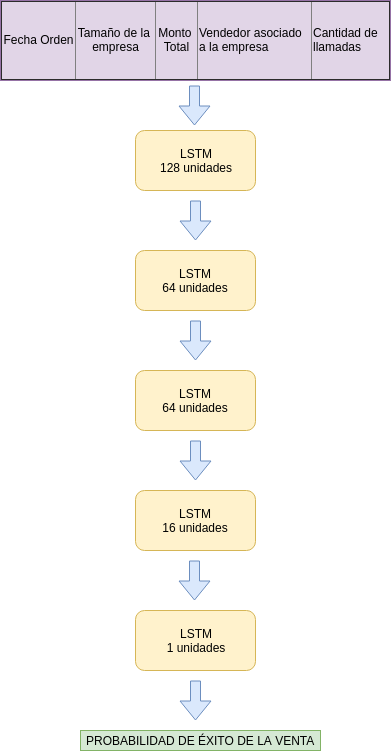
Earlier version of the draw.io export Imagenes/LSTM.png (stevematos/tesis_latex). Source tidied: cells renumbered, new cells last; positions are measured from the earlier drawing's top-left corner, leaving out a move shared by most shapes.
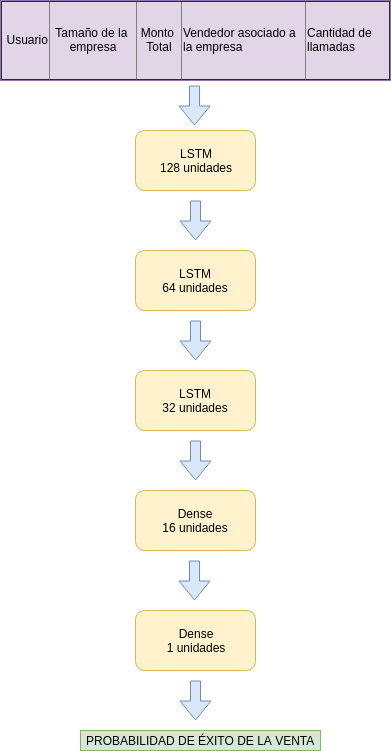
The same file after the commit.

The edit, as a diff of the source:
```diff
@@ -2,7 +2,7 @@
   <root>
     <mxCell id="0" />
     <mxCell id="1" parent="0" />
-    <mxCell id="2" value="&lt;table border=&quot;1&quot; width=&quot;100%&quot; style=&quot;width: 100% ; height: 100% ; border-collapse: collapse&quot;&gt;&lt;tbody&gt;&lt;tr&gt;&lt;td align=&quot;center&quot;&gt;&lt;font style=&quot;font-size: 12px&quot;&gt;Fecha Orden&lt;/font&gt;&lt;/td&gt;&lt;td align=&quot;center&quot;&gt;&lt;span id=&quot;docs-internal-guid-083c72a1-7fff-e2bc-f8af-d4cbfa068f8b&quot;&gt;&lt;span style=&quot;background-color: transparent ; vertical-align: baseline ; white-space: pre-wrap&quot;&gt;&lt;font style=&quot;font-size: 12px&quot;&gt;Tamaño de la empresa&lt;/font&gt;&lt;/span&gt;&lt;/span&gt;&lt;/td&gt;&lt;td align=&quot;center&quot;&gt;&lt;span id=&quot;docs-internal-guid-e8bf4298-7fff-0bc6-f4a6-c8bb58e873f8&quot;&gt;&lt;span style=&quot;background-color: transparent ; vertical-align: baseline ; white-space: pre-wrap&quot;&gt;&lt;font style=&quot;font-size: 12px&quot;&gt;Monto Total&lt;/font&gt;&lt;/span&gt;&lt;/span&gt;&lt;/td&gt;&lt;td&gt;&lt;font style=&quot;font-size: 12px&quot;&gt;&lt;span id=&quot;docs-internal-guid-b0c2fbc5-7fff-2123-a009-d6800ad5cc57&quot;&gt;&lt;span style=&quot;background-color: transparent ; vertical-align: baseline ; white-space: pre-wrap&quot;&gt;Vendedor asociado a la empresa&lt;/span&gt;&lt;/span&gt;&lt;br&gt;&lt;/font&gt;&lt;/td&gt;&lt;td&gt;&lt;font style=&quot;font-size: 12px&quot;&gt;&lt;span id=&quot;docs-internal-guid-2ada6b16-7fff-3fee-d13f-a9c497aaa956&quot;&gt;&lt;span style=&quot;background-color: transparent ; vertical-align: baseline ; white-space: pre-wrap&quot;&gt;Cantidad de llamadas&lt;/span&gt;&lt;/span&gt;&lt;br&gt;&lt;/font&gt;&lt;/td&gt;&lt;/tr&gt;&lt;/tbody&gt;&lt;/table&gt;" style="text;html=1;strokeColor=#9673a6;fillColor=#e1d5e7;overflow=fill;" parent="1" vertex="1">
+    <mxCell id="2" value="&lt;table border=&quot;1&quot; width=&quot;100%&quot; style=&quot;width: 100% ; height: 100% ; border-collapse: collapse&quot;&gt;&lt;tbody&gt;&lt;tr&gt;&lt;td align=&quot;center&quot;&gt;&lt;font style=&quot;font-size: 12px&quot;&gt;&amp;nbsp;Usuario&lt;/font&gt;&lt;/td&gt;&lt;td align=&quot;center&quot;&gt;&lt;span id=&quot;docs-internal-guid-083c72a1-7fff-e2bc-f8af-d4cbfa068f8b&quot;&gt;&lt;span style=&quot;background-color: transparent ; vertical-align: baseline ; white-space: pre-wrap&quot;&gt;&lt;font style=&quot;font-size: 12px&quot;&gt;Tamaño de la empresa&lt;/font&gt;&lt;/span&gt;&lt;/span&gt;&lt;/td&gt;&lt;td align=&quot;center&quot;&gt;&lt;span id=&quot;docs-internal-guid-e8bf4298-7fff-0bc6-f4a6-c8bb58e873f8&quot;&gt;&lt;span style=&quot;background-color: transparent ; vertical-align: baseline ; white-space: pre-wrap&quot;&gt;&lt;font style=&quot;font-size: 12px&quot;&gt;Monto Total&lt;/font&gt;&lt;/span&gt;&lt;/span&gt;&lt;/td&gt;&lt;td&gt;&lt;font style=&quot;font-size: 12px&quot;&gt;&lt;span id=&quot;docs-internal-guid-b0c2fbc5-7fff-2123-a009-d6800ad5cc57&quot;&gt;&lt;span style=&quot;background-color: transparent ; vertical-align: baseline ; white-space: pre-wrap&quot;&gt;Vendedor asociado a la empresa&lt;/span&gt;&lt;/span&gt;&lt;br&gt;&lt;/font&gt;&lt;/td&gt;&lt;td&gt;&lt;font style=&quot;font-size: 12px&quot;&gt;&lt;span id=&quot;docs-internal-guid-2ada6b16-7fff-3fee-d13f-a9c497aaa956&quot;&gt;&lt;span style=&quot;background-color: transparent ; vertical-align: baseline ; white-space: pre-wrap&quot;&gt;Cantidad de llamadas&lt;/span&gt;&lt;/span&gt;&lt;br&gt;&lt;/font&gt;&lt;/td&gt;&lt;/tr&gt;&lt;/tbody&gt;&lt;/table&gt;" style="text;html=1;strokeColor=#9673a6;fillColor=#e1d5e7;overflow=fill;" parent="1" vertex="1">
       <mxGeometry width="390" height="80" as="geometry" />
     </mxCell>
     <mxCell id="3" value="LSTM&lt;br&gt;128 unidades" style="rounded=1;whiteSpace=wrap;html=1;fillColor=#fff2cc;align=center;strokeColor=#d6b656;" parent="1" vertex="1">
@@ -11,13 +11,13 @@
     <mxCell id="4" value="LSTM&lt;br&gt;64 unidades" style="rounded=1;whiteSpace=wrap;html=1;fillColor=#fff2cc;align=center;strokeColor=#d6b656;" parent="1" vertex="1">
       <mxGeometry x="135" y="250" width="120" height="60" as="geometry" />
     </mxCell>
-    <mxCell id="5" value="LSTM&lt;br&gt;64 unidades" style="rounded=1;whiteSpace=wrap;html=1;fillColor=#fff2cc;align=center;strokeColor=#d6b656;" parent="1" vertex="1">
+    <mxCell id="5" value="LSTM&lt;br&gt;32 unidades" style="rounded=1;whiteSpace=wrap;html=1;fillColor=#fff2cc;align=center;strokeColor=#d6b656;" parent="1" vertex="1">
       <mxGeometry x="135" y="370" width="120" height="60" as="geometry" />
     </mxCell>
-    <mxCell id="6" value="LSTM&lt;br&gt;16 unidades" style="rounded=1;whiteSpace=wrap;html=1;fillColor=#fff2cc;align=center;strokeColor=#d6b656;" parent="1" vertex="1">
+    <mxCell id="6" value="Dense&lt;br&gt;16 unidades" style="rounded=1;whiteSpace=wrap;html=1;fillColor=#fff2cc;align=center;strokeColor=#d6b656;" parent="1" vertex="1">
       <mxGeometry x="135" y="490" width="120" height="60" as="geometry" />
     </mxCell>
-    <mxCell id="7" value="LSTM&lt;br&gt;1 unidades" style="rounded=1;whiteSpace=wrap;html=1;fillColor=#fff2cc;align=center;strokeColor=#d6b656;" parent="1" vertex="1">
+    <mxCell id="7" value="Dense&lt;br&gt;1 unidades" style="rounded=1;whiteSpace=wrap;html=1;fillColor=#fff2cc;align=center;strokeColor=#d6b656;" parent="1" vertex="1">
       <mxGeometry x="135" y="610" width="120" height="60" as="geometry" />
     </mxCell>
     <mxCell id="8" style="shape=flexArrow;endArrow=classic;html=1;fillColor=#dae8fc;strokeColor=#6c8ebf;" parent="1" edge="1">
```
